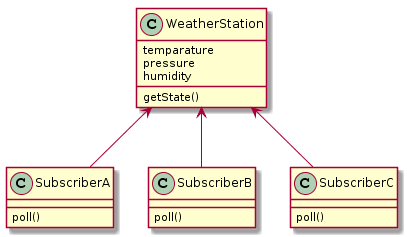
This is observer.png from swaminathanj/CompetitiveProgramming, a PlantUML export, as it was before one commit.
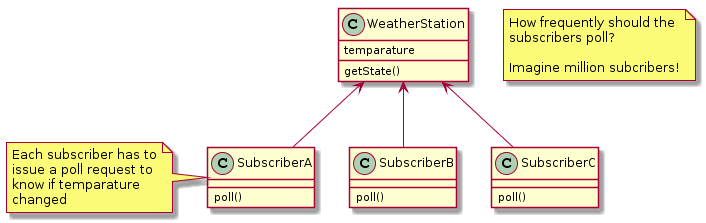
Later version of the same file.

Diff of the diagram source:
```diff
@@ -1,14 +1,13 @@
 @startuml
 class WeatherStation {
    temparature
-   pressure
-   humidity
    getState()
 }
 
 class SubscriberA {
    poll()
 }
+note left : Each subscriber has to\nissue a poll request to\nknow if temparature\nchanged
 
 class SubscriberB {
    poll()
@@ -21,4 +20,6 @@
 WeatherStation <-- SubscriberA
 WeatherStation <-- SubscriberB
 WeatherStation <-- SubscriberC
+
+note "How frequently should the\nsubscribers poll?\n\nImagine million subcribers!" as N1
 @enduml
```
